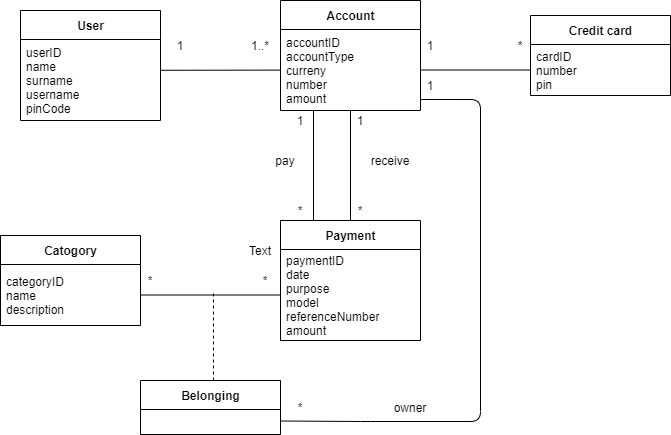
This is HomeBudget.WebApp/wwwroot/img/konceptualniModel.png from nikolaabadic/Home-Budget-App, a draw.io export, as it was before one commit. Source tidied: cells renumbered, new cells last; positions are measured from the earlier drawing's top-left corner, leaving out a move shared by most shapes.
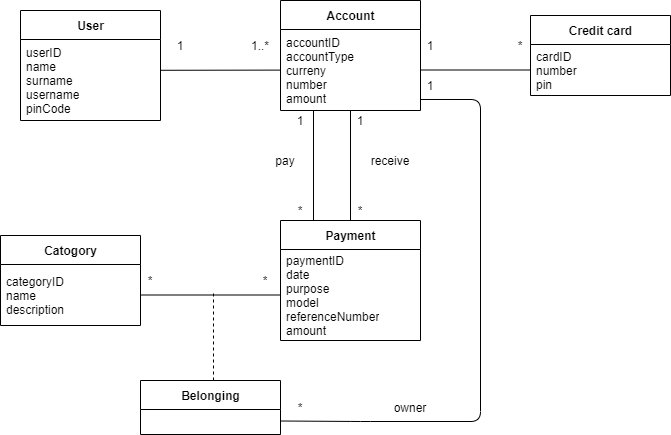
The same diagram one commit later.

The edit, as a diff of the source:
```diff
@@ -110,9 +110,6 @@
     <mxCell id="33" value="*" style="text;html=1;strokeColor=none;fillColor=none;align=center;verticalAlign=middle;whiteSpace=wrap;rounded=0;" parent="1" vertex="1">
       <mxGeometry x="280" y="397" width="40" height="20" as="geometry" />
     </mxCell>
-    <mxCell id="34" value="Text" style="text;html=1;strokeColor=none;fillColor=none;align=center;verticalAlign=middle;whiteSpace=wrap;rounded=0;" parent="1" vertex="1">
-      <mxGeometry x="240" y="240" width="40" height="20" as="geometry" />
-    </mxCell>
     <mxCell id="35" value="owner" style="text;html=1;strokeColor=none;fillColor=none;align=center;verticalAlign=middle;whiteSpace=wrap;rounded=0;" parent="1" vertex="1">
       <mxGeometry x="390" y="397" width="40" height="20" as="geometry" />
     </mxCell>
```
